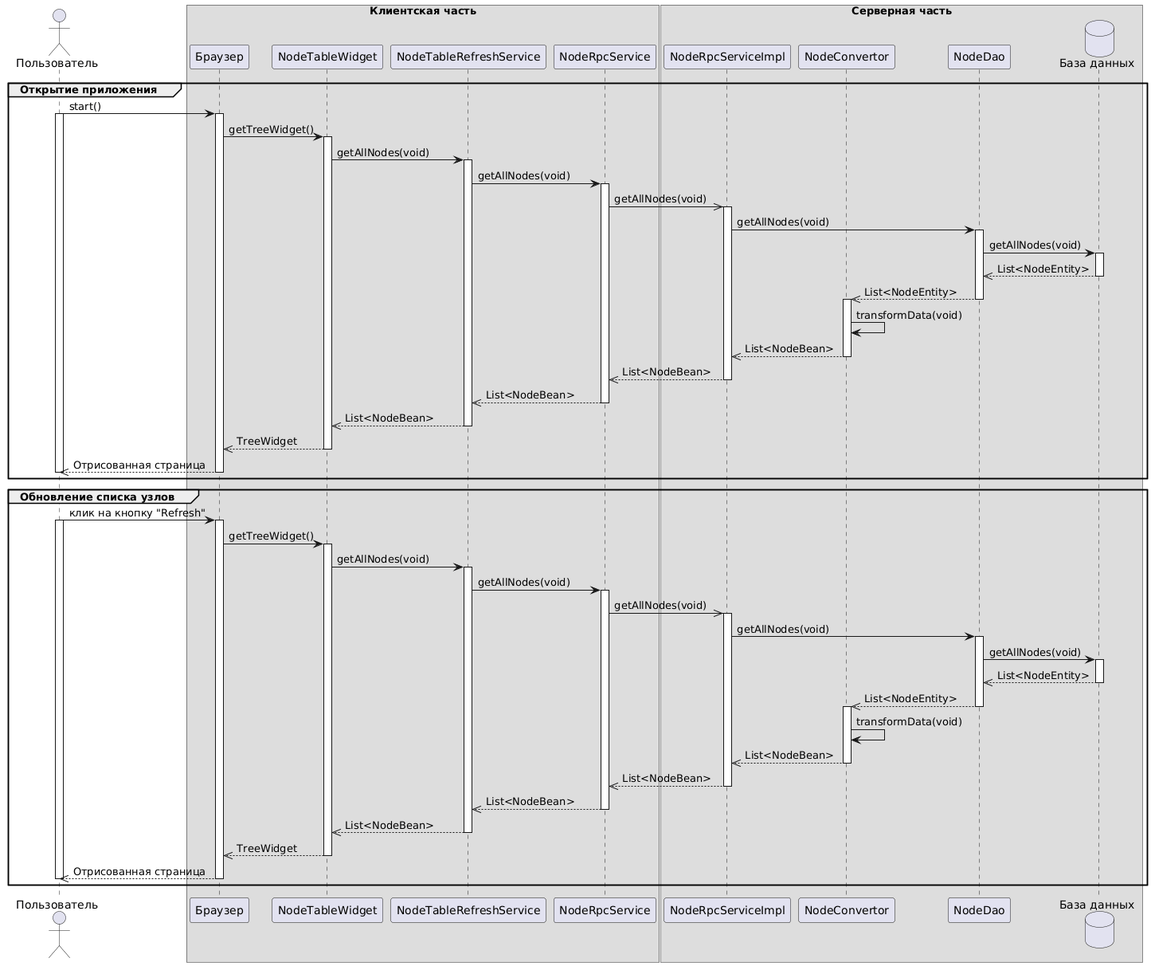
Above: docs/sequence-diagram.png in dbespa/gwt-tree (PlantUML), before the change.
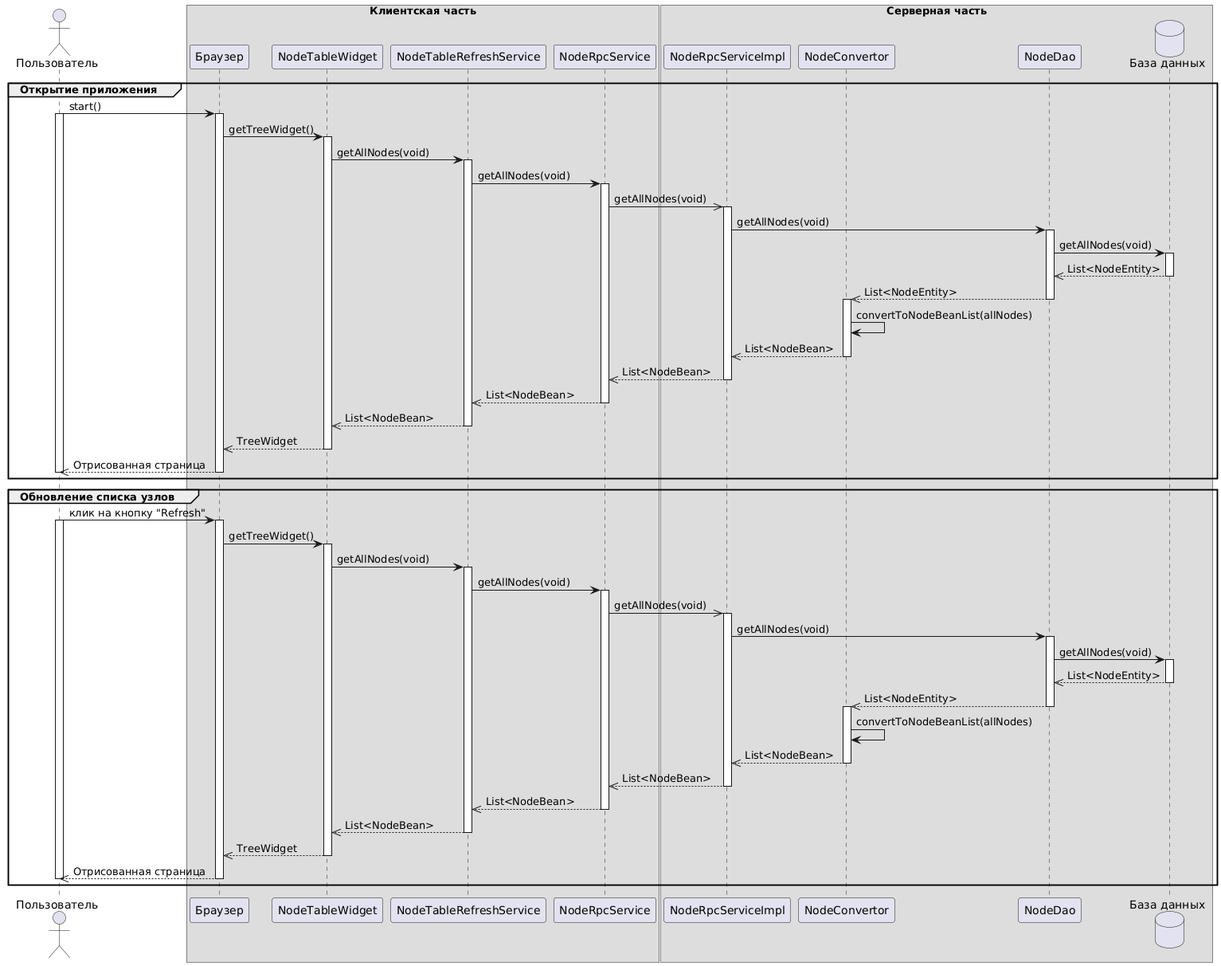
The same diagram one commit later.

Commit message:
Добавлена диаграмма классов

What changed in the source:
```diff
@@ -27,7 +27,7 @@
 db -->> dao--:List<NodeEntity>
 dao -->> converter--:List<NodeEntity>
 activate converter
-converter -> converter: transformData(void)
+converter -> converter: convertToNodeBeanList(allNodes)
 converter -->> rpcServiceImpl--:List<NodeBean>
 rpcServiceImpl -->> rpcService--:List<NodeBean>
 rpcService -->> refreshService--:List<NodeBean>
@@ -52,7 +52,7 @@
 db -->> dao--:List<NodeEntity>
 dao -->> converter--:List<NodeEntity>
 activate converter
-converter -> converter: transformData(void)
+converter -> converter: convertToNodeBeanList(allNodes)
 converter -->> rpcServiceImpl--:List<NodeBean>
 rpcServiceImpl -->> rpcService--:List<NodeBean>
 rpcService -->> refreshService--:List<NodeBean>
```
